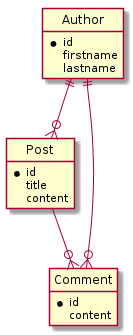
MThomassen/graphql-server-benchmark-absinthe keeps this PlantUML diagram as schema.png. Above is the earlier version.
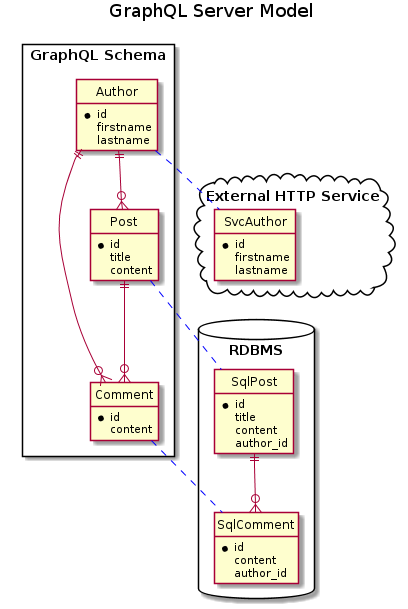
The same file after the commit.

Change to the diagram source:
```diff
@@ -3,27 +3,60 @@
 hide circle
 hide empty members
 
-entity Author {
-   * id
-   firstname
-   lastname
+title GraphQL Server Model
+
+package "GraphQL Schema" <<Rectangle>> {
+   entity Author {
+      * id
+      firstname
+      lastname
+   }
+
+   entity Post {
+      * id
+      title
+      content
+   }
+
+   entity Comment {
+      * id
+      content
+   }
+
+   Author ||--o{ Post
+   Author ||--o{ Comment
+   Post ||--o{ Comment
 }
 
-entity Post {
-   * id
-   title
-   content
+package "External HTTP Service" <<Cloud>> {
+   entity SvcAuthor {
+      * id
+      firstname
+      lastname
+   }
 }
 
-entity Comment {
-   * id
-   content
+package "RDBMS" <<Database>> {
+   entity SqlPost {
+      * id
+      title
+      content
+      author_id
+   }
+
+   entity SqlComment {
+      * id
+      content
+      author_id
+   }
+
+   SqlPost ||--o{ SqlComment
 }
 
-Author ||--o{ Post
+Author .[#blue]. SvcAuthor
+Post .[#blue]. SqlPost
+Comment .[#blue]. SqlComment
 
-Author ||--o{ Comment
 
-Post --o{ Comment
 
 @enduml
```
